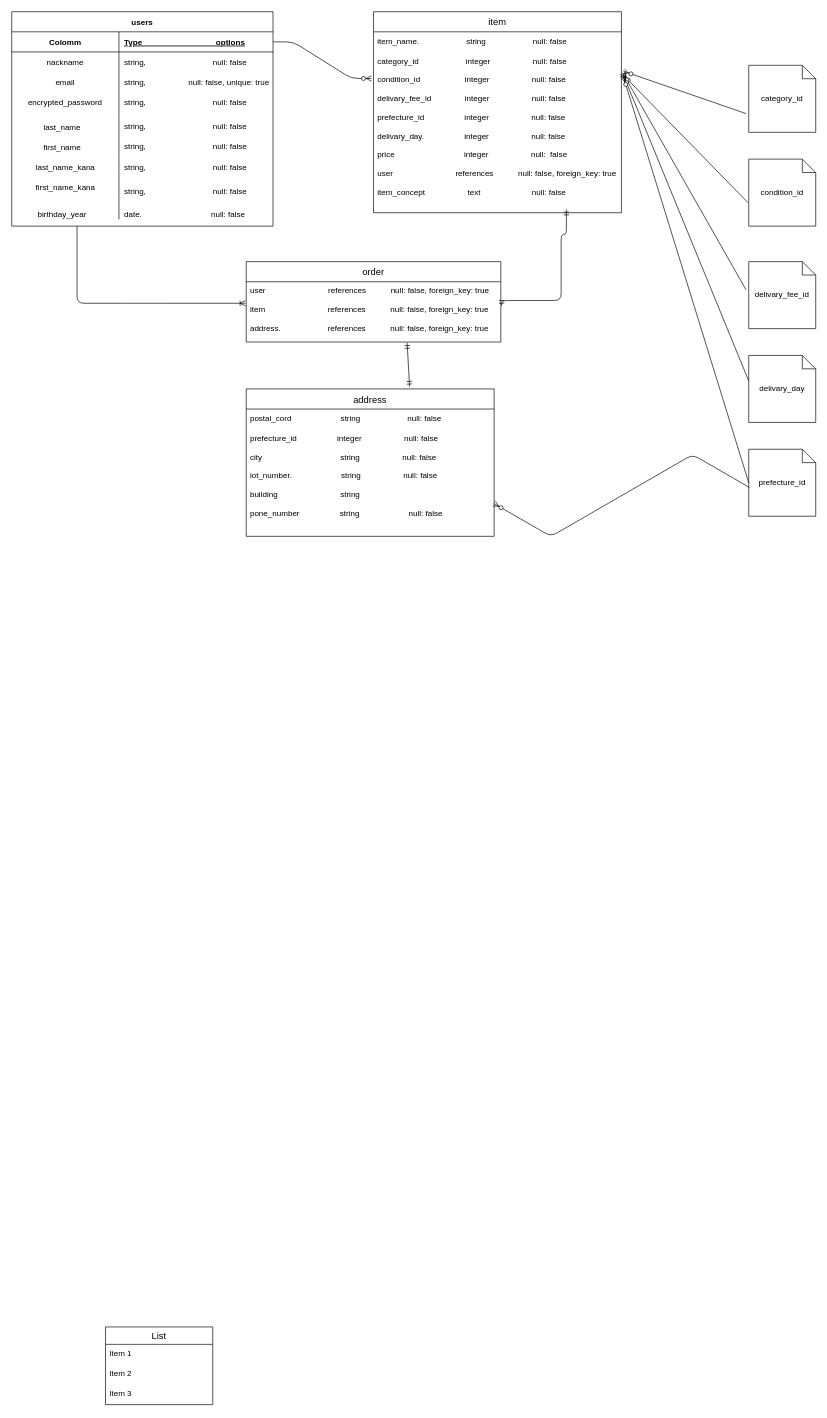
This is furima.dio from YuichiTakaoka/furima-37240, a draw.io file, before an edit. Source tidied: cells renumbered, new cells numbered last; positions are measured from the earlier drawing's top-left corner, leaving out a move shared by most shapes. Both pictures are drawn from the tidied source at 67%, with x=0, y=0 at pixel (11, 11).
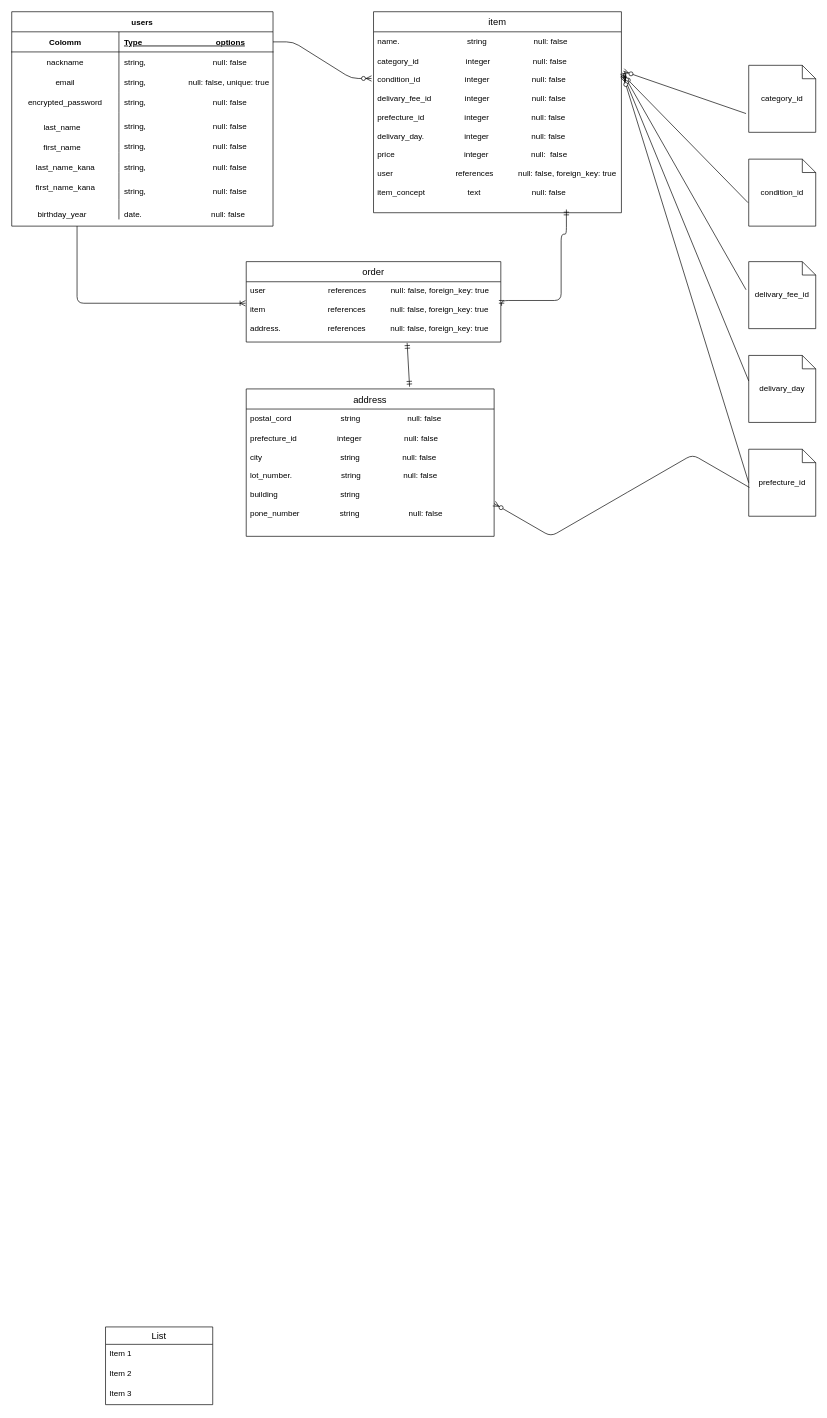
The same page after the edit.

Unchanged cells that the change refers to:
```xml
<mxCell id="39" value="item" style="swimlane;fontStyle=0;horizontal=1;startSize=30;align=center;fontSize=14;" parent="1" vertex="1">
  <mxGeometry x="540" width="370" height="300" as="geometry" />
</mxCell>
```

Diff of the diagram source:
```diff
@@
-    <mxCell id="40" value="item_name.                     string                     null: false" style="text;strokeColor=none;fillColor=none;spacingLeft=4;spacingRight=4;overflow=hidden;fontSize=12;" parent="39" vertex="1">
+    <mxCell id="40" value="name.    　　                   string                     null: false" style="text;strokeColor=none;fillColor=none;spacingLeft=4;spacingRight=4;overflow=hidden;fontSize=12;" parent="39" vertex="1">
       <mxGeometry y="30" width="370" height="30" as="geometry" />
     </mxCell>
```
